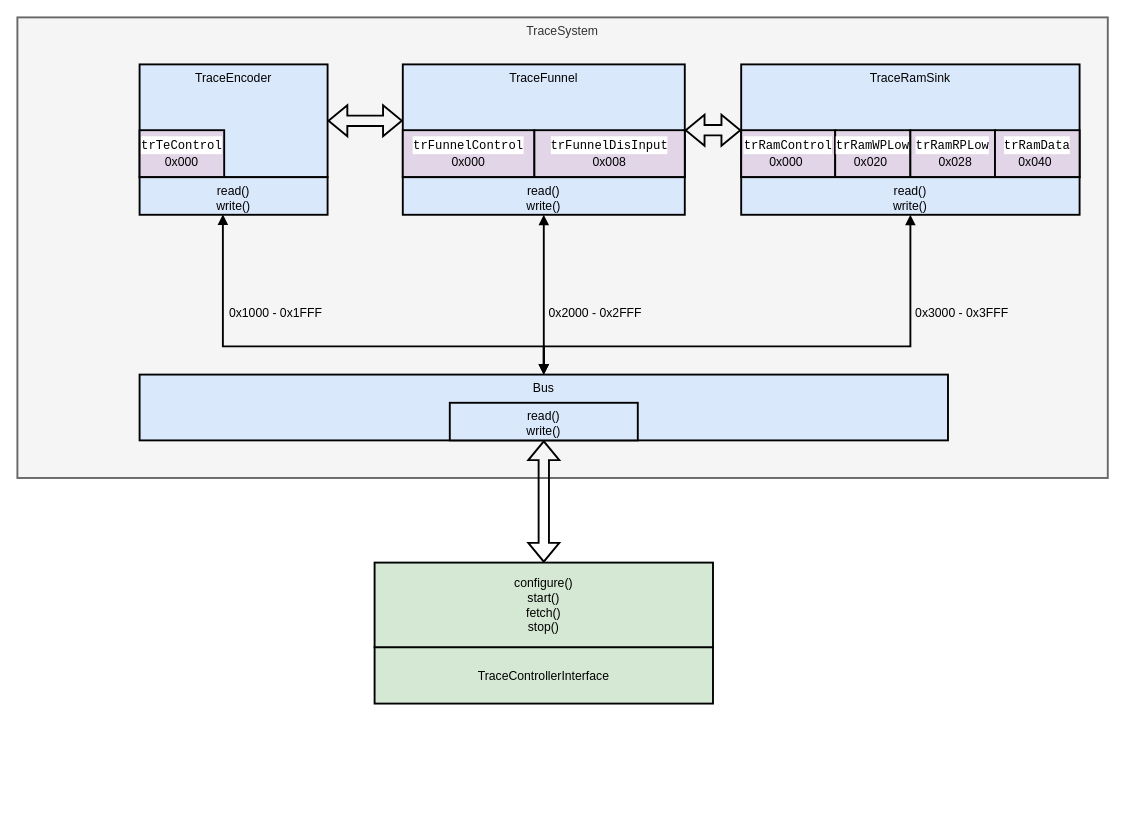
deepakravibabu/riscv_trace_control_interface keeps this draw.io diagram as doc/riscv_tci_block_diagram.drawio. Above is the earlier version. Source tidied: cells renumbered, new cells numbered last; positions are measured from the earlier drawing's top-left corner, leaving out a move shared by most shapes. Both pictures are drawn from the tidied source at 94%, with x=0, y=0 at pixel (17, 17).
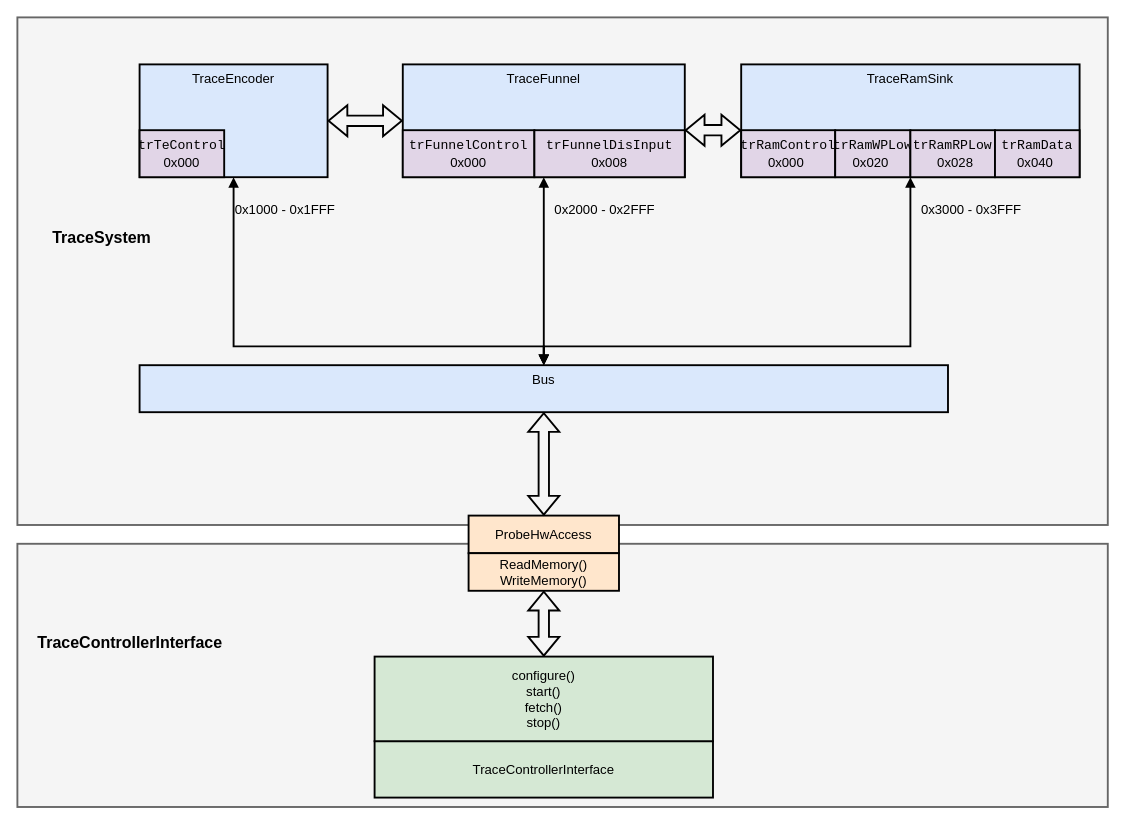
The same diagram, later.

Change to the diagram source:
```diff
@@
+    <mxCell id="36" style="rounded=0;whiteSpace=wrap;html=1;align=center;verticalAlign=top;fillColor=#f5f5f5;strokeColor=#666666;fontColor=#333333;strokeWidth=2;fontSize=14;" parent="1" vertex="1">
+      <mxGeometry y="560" width="1160" height="280" as="geometry" />
+    </mxCell>
-    <mxCell id="2" value="TraceSystem" style="rounded=0;whiteSpace=wrap;html=1;align=center;verticalAlign=top;fillColor=#f5f5f5;strokeColor=#666666;fontColor=#333333;strokeWidth=2;fontSize=13;" parent="1" vertex="1">
-      <mxGeometry width="1160" height="490" as="geometry" />
+    <mxCell id="2" style="rounded=0;whiteSpace=wrap;html=1;align=center;verticalAlign=top;fillColor=#f5f5f5;strokeColor=#666666;fontColor=#333333;strokeWidth=2;fontSize=14;" parent="1" vertex="1">
+      <mxGeometry width="1160" height="540" as="geometry" />
     </mxCell>
-    <mxCell id="3" value="TraceEncoder" style="rounded=0;whiteSpace=wrap;html=1;verticalAlign=top;fillColor=#dae8fc;strokeColor=#000000;strokeWidth=2;fontSize=13;" parent="1" vertex="1">
+    <mxCell id="3" value="TraceEncoder" style="rounded=0;whiteSpace=wrap;html=1;verticalAlign=top;fillColor=#dae8fc;strokeColor=#000000;strokeWidth=2;fontSize=14;" parent="1" vertex="1">
       <mxGeometry x="130" y="50" width="200" height="120" as="geometry" />
     </mxCell>
-    <mxCell id="4" value="&lt;div style=&quot;background-color: rgb(255, 255, 255); font-family: Consolas, &amp;quot;Courier New&amp;quot;, monospace; font-size: 13px; line-height: 19px;&quot;&gt;trTeControl&lt;/div&gt;" style="rounded=0;whiteSpace=wrap;html=1;verticalAlign=top;fillColor=#e1d5e7;strokeColor=#000000;strokeWidth=2;fontSize=13;" parent="1" vertex="1">
+    <mxCell id="4" value="&lt;div style=&quot;font-family: Consolas, &amp;quot;Courier New&amp;quot;, monospace; font-size: 14px; line-height: 19px;&quot;&gt;trTeControl&lt;/div&gt;" style="rounded=0;whiteSpace=wrap;html=1;verticalAlign=top;fillColor=#e1d5e7;strokeColor=#000000;strokeWidth=2;fontSize=14;" parent="1" vertex="1">
       <mxGeometry x="130" y="120" width="90" height="50" as="geometry" />
     </mxCell>
-    <mxCell id="5" value="TraceFunnel" style="rounded=0;whiteSpace=wrap;html=1;verticalAlign=top;fillColor=#dae8fc;strokeColor=#000000;strokeWidth=2;fontSize=13;" parent="1" vertex="1">
+    <mxCell id="5" value="TraceFunnel" style="rounded=0;whiteSpace=wrap;html=1;verticalAlign=top;fillColor=#dae8fc;strokeColor=#000000;strokeWidth=2;fontSize=14;" parent="1" vertex="1">
       <mxGeometry x="410" y="50" width="300" height="120" as="geometry" />
     </mxCell>
-    <mxCell id="6" value="&lt;div style=&quot;background-color: rgb(255, 255, 255); font-family: Consolas, &amp;quot;Courier New&amp;quot;, monospace; font-size: 13px; line-height: 19px;&quot;&gt;&lt;div style=&quot;line-height: 19px; font-size: 13px;&quot;&gt;trFunnelControl&lt;/div&gt;&lt;/div&gt;" style="rounded=0;whiteSpace=wrap;html=1;verticalAlign=top;fillColor=#e1d5e7;strokeColor=#000000;strokeWidth=2;fontSize=13;" parent="1" vertex="1">
+    <mxCell id="6" value="&lt;div style=&quot;font-family: Consolas, &amp;quot;Courier New&amp;quot;, monospace; font-size: 14px; line-height: 19px;&quot;&gt;&lt;div style=&quot;line-height: 19px; font-size: 14px;&quot;&gt;trFunnelControl&lt;/div&gt;&lt;/div&gt;" style="rounded=0;whiteSpace=wrap;html=1;verticalAlign=top;fillColor=#e1d5e7;strokeColor=#000000;strokeWidth=2;fontSize=14;" parent="1" vertex="1">
       <mxGeometry x="410" y="120" width="140" height="50" as="geometry" />
     </mxCell>
-    <mxCell id="7" value="&lt;div style=&quot;background-color: rgb(255, 255, 255); font-family: Consolas, &amp;quot;Courier New&amp;quot;, monospace; font-size: 13px; line-height: 19px;&quot;&gt;&lt;div style=&quot;line-height: 19px; font-size: 13px;&quot;&gt;&lt;span style=&quot;text-align: left; font-size: 13px;&quot;&gt;trFunnelDisInput&lt;/span&gt;&lt;br style=&quot;font-size: 13px;&quot;&gt;&lt;/div&gt;&lt;/div&gt;" style="rounded=0;whiteSpace=wrap;html=1;verticalAlign=top;fillColor=#e1d5e7;strokeColor=#000000;strokeWidth=2;fontSize=13;" parent="1" vertex="1">
+    <mxCell id="7" value="&lt;div style=&quot;font-family: Consolas, &amp;quot;Courier New&amp;quot;, monospace; font-size: 14px; line-height: 19px;&quot;&gt;&lt;div style=&quot;line-height: 19px; font-size: 14px;&quot;&gt;&lt;span style=&quot;text-align: left; font-size: 14px;&quot;&gt;trFunnelDisInput&lt;/span&gt;&lt;br style=&quot;font-size: 14px;&quot;&gt;&lt;/div&gt;&lt;/div&gt;" style="rounded=0;whiteSpace=wrap;html=1;verticalAlign=top;fillColor=#e1d5e7;strokeColor=#000000;strokeWidth=2;fontSize=14;" parent="1" vertex="1">
       <mxGeometry x="550" y="120" width="160" height="50" as="geometry" />
     </mxCell>
-    <mxCell id="8" value="TraceRamSink" style="rounded=0;whiteSpace=wrap;html=1;verticalAlign=top;fillColor=#dae8fc;strokeColor=#000000;strokeWidth=2;fontSize=13;" parent="1" vertex="1">
+    <mxCell id="8" value="TraceRamSink" style="rounded=0;whiteSpace=wrap;html=1;verticalAlign=top;fillColor=#dae8fc;strokeColor=#000000;strokeWidth=2;fontSize=14;" parent="1" vertex="1">
       <mxGeometry x="770" y="50" width="360" height="120" as="geometry" />
     </mxCell>
-    <mxCell id="9" value="&lt;div style=&quot;background-color: rgb(255, 255, 255); font-family: Consolas, &amp;quot;Courier New&amp;quot;, monospace; font-size: 13px; line-height: 19px;&quot;&gt;&lt;div style=&quot;line-height: 19px; font-size: 13px;&quot;&gt;&lt;div style=&quot;line-height: 19px; font-size: 13px;&quot;&gt;trRamControl&lt;/div&gt;&lt;/div&gt;&lt;/div&gt;" style="rounded=0;whiteSpace=wrap;html=1;verticalAlign=top;fillColor=#e1d5e7;strokeColor=#000000;strokeWidth=2;fontSize=13;" parent="1" vertex="1">
+    <mxCell id="9" value="&lt;div style=&quot;font-family: Consolas, &amp;quot;Courier New&amp;quot;, monospace; font-size: 14px; line-height: 19px;&quot;&gt;&lt;div style=&quot;line-height: 19px; font-size: 14px;&quot;&gt;&lt;div style=&quot;line-height: 19px; font-size: 14px;&quot;&gt;trRamControl&lt;/div&gt;&lt;/div&gt;&lt;/div&gt;" style="rounded=0;whiteSpace=wrap;html=1;verticalAlign=top;fillColor=#e1d5e7;strokeColor=#000000;strokeWidth=2;fontSize=14;" parent="1" vertex="1">
       <mxGeometry x="770" y="120" width="100" height="50" as="geometry" />
     </mxCell>
-    <mxCell id="10" value="&lt;div style=&quot;background-color: rgb(255, 255, 255); font-family: Consolas, &amp;quot;Courier New&amp;quot;, monospace; font-size: 13px; line-height: 19px;&quot;&gt;&lt;div style=&quot;line-height: 19px; font-size: 13px;&quot;&gt;&lt;div style=&quot;line-height: 19px; font-size: 13px;&quot;&gt;trRamWPLow&lt;/div&gt;&lt;/div&gt;&lt;/div&gt;" style="rounded=0;whiteSpace=wrap;html=1;verticalAlign=top;fillColor=#e1d5e7;strokeColor=#000000;strokeWidth=2;fontSize=13;" parent="1" vertex="1">
+    <mxCell id="10" value="&lt;div style=&quot;font-family: Consolas, &amp;quot;Courier New&amp;quot;, monospace; font-size: 14px; line-height: 19px;&quot;&gt;&lt;div style=&quot;line-height: 19px; font-size: 14px;&quot;&gt;&lt;div style=&quot;line-height: 19px; font-size: 14px;&quot;&gt;trRamWPLow&lt;/div&gt;&lt;/div&gt;&lt;/div&gt;" style="rounded=0;whiteSpace=wrap;html=1;verticalAlign=top;fillColor=#e1d5e7;strokeColor=#000000;strokeWidth=2;fontSize=14;" parent="1" vertex="1">
       <mxGeometry x="870" y="120" width="80" height="50" as="geometry" />
     </mxCell>
-    <mxCell id="11" value="&lt;div style=&quot;background-color: rgb(255, 255, 255); font-family: Consolas, &amp;quot;Courier New&amp;quot;, monospace; font-size: 13px; line-height: 19px;&quot;&gt;&lt;div style=&quot;line-height: 19px; font-size: 13px;&quot;&gt;&lt;div style=&quot;line-height: 19px; font-size: 13px;&quot;&gt;&lt;div style=&quot;line-height: 19px; font-size: 13px;&quot;&gt;trRamRPLow&lt;/div&gt;&lt;/div&gt;&lt;/div&gt;&lt;/div&gt;" style="rounded=0;whiteSpace=wrap;html=1;verticalAlign=top;fillColor=#e1d5e7;strokeColor=#000000;strokeWidth=2;fontSize=13;" parent="1" vertex="1">
+    <mxCell id="11" value="&lt;div style=&quot;font-family: Consolas, &amp;quot;Courier New&amp;quot;, monospace; font-size: 14px; line-height: 19px;&quot;&gt;&lt;div style=&quot;line-height: 19px; font-size: 14px;&quot;&gt;&lt;div style=&quot;line-height: 19px; font-size: 14px;&quot;&gt;&lt;div style=&quot;line-height: 19px; font-size: 14px;&quot;&gt;trRamRPLow&lt;/div&gt;&lt;/div&gt;&lt;/div&gt;&lt;/div&gt;" style="rounded=0;whiteSpace=wrap;html=1;verticalAlign=top;fillColor=#e1d5e7;strokeColor=#000000;strokeWidth=2;fontSize=14;" parent="1" vertex="1">
       <mxGeometry x="950" y="120" width="90" height="50" as="geometry" />
     </mxCell>
-    <mxCell id="12" value="&lt;div style=&quot;background-color: rgb(255, 255, 255); font-family: Consolas, &amp;quot;Courier New&amp;quot;, monospace; font-size: 13px; line-height: 19px;&quot;&gt;&lt;div style=&quot;line-height: 19px; font-size: 13px;&quot;&gt;&lt;div style=&quot;line-height: 19px; font-size: 13px;&quot;&gt;&lt;div style=&quot;line-height: 19px; font-size: 13px;&quot;&gt;&lt;div style=&quot;line-height: 19px; font-size: 13px;&quot;&gt;trRamData&lt;/div&gt;&lt;/div&gt;&lt;/div&gt;&lt;/div&gt;&lt;/div&gt;" style="rounded=0;whiteSpace=wrap;html=1;verticalAlign=top;fillColor=#e1d5e7;strokeColor=#000000;strokeWidth=2;fontSize=13;" parent="1" vertex="1">
+    <mxCell id="12" value="&lt;div style=&quot;font-family: Consolas, &amp;quot;Courier New&amp;quot;, monospace; font-size: 14px; line-height: 19px;&quot;&gt;&lt;div style=&quot;line-height: 19px; font-size: 14px;&quot;&gt;&lt;div style=&quot;line-height: 19px; font-size: 14px;&quot;&gt;&lt;div style=&quot;line-height: 19px; font-size: 14px;&quot;&gt;&lt;div style=&quot;line-height: 19px; font-size: 14px;&quot;&gt;trRamData&lt;/div&gt;&lt;/div&gt;&lt;/div&gt;&lt;/div&gt;&lt;/div&gt;" style="rounded=0;whiteSpace=wrap;html=1;verticalAlign=top;fillColor=#e1d5e7;strokeColor=#000000;strokeWidth=2;fontSize=14;" parent="1" vertex="1">
       <mxGeometry x="1040" y="120" width="90" height="50" as="geometry" />
     </mxCell>
-    <mxCell id="13" value="Bus" style="rounded=0;whiteSpace=wrap;html=1;verticalAlign=top;fillColor=#dae8fc;strokeColor=#000000;strokeWidth=2;fontSize=13;" parent="1" vertex="1">
-      <mxGeometry x="130" y="380" width="860" height="70" as="geometry" />
+    <mxCell id="13" value="Bus" style="rounded=0;whiteSpace=wrap;html=1;verticalAlign=top;fillColor=#dae8fc;strokeColor=#000000;strokeWidth=2;fontSize=14;" parent="1" vertex="1">
+      <mxGeometry x="130" y="370" width="860" height="50" as="geometry" />
     </mxCell>
-    <mxCell id="14" value="0x1000 - 0x1FFF" style="text;html=1;strokeColor=none;fillColor=none;align=center;verticalAlign=top;whiteSpace=wrap;rounded=0;strokeWidth=2;fontSize=13;" parent="1" vertex="1">
-      <mxGeometry x="220" y="300" width="110" height="30" as="geometry" />
+    <mxCell id="14" value="0x1000 - 0x1FFF" style="text;html=1;strokeColor=none;fillColor=none;align=center;verticalAlign=top;whiteSpace=wrap;rounded=0;strokeWidth=2;fontSize=14;" parent="1" vertex="1">
+      <mxGeometry x="230" y="190" width="110" height="30" as="geometry" />
     </mxCell>
-    <mxCell id="15" value="0x2000 - 0x2FFF" style="text;html=1;strokeColor=none;fillColor=none;align=center;verticalAlign=top;whiteSpace=wrap;rounded=0;strokeWidth=2;fontSize=13;" parent="1" vertex="1">
-      <mxGeometry x="560" y="300" width="110" height="30" as="geometry" />
+    <mxCell id="15" value="0x2000 - 0x2FFF" style="text;html=1;strokeColor=none;fillColor=none;align=center;verticalAlign=top;whiteSpace=wrap;rounded=0;strokeWidth=2;fontSize=14;" parent="1" vertex="1">
+      <mxGeometry x="570" y="190" width="110" height="30" as="geometry" />
     </mxCell>
-    <mxCell id="16" value="0x3000 - 0x3FFF" style="text;html=1;strokeColor=none;fillColor=none;align=center;verticalAlign=top;whiteSpace=wrap;rounded=0;strokeWidth=2;fontSize=13;" parent="1" vertex="1">
-      <mxGeometry x="950" y="300" width="110" height="30" as="geometry" />
+    <mxCell id="16" value="0x3000 - 0x3FFF" style="text;html=1;strokeColor=none;fillColor=none;align=center;verticalAlign=top;whiteSpace=wrap;rounded=0;strokeWidth=2;fontSize=14;" parent="1" vertex="1">
+      <mxGeometry x="960" y="190" width="110" height="30" as="geometry" />
     </mxCell>
-    <mxCell id="17" value="0x000" style="text;html=1;strokeColor=none;fillColor=none;align=center;verticalAlign=top;whiteSpace=wrap;rounded=0;strokeWidth=2;fontSize=13;" parent="1" vertex="1">
+    <mxCell id="17" value="0x000" style="text;html=1;strokeColor=none;fillColor=none;align=center;verticalAlign=top;whiteSpace=wrap;rounded=0;strokeWidth=2;fontSize=14;" parent="1" vertex="1">
       <mxGeometry x="145" y="140" width="60" height="30" as="geometry" />
     </mxCell>
-    <mxCell id="18" value="0x000" style="text;html=1;strokeColor=none;fillColor=none;align=center;verticalAlign=top;whiteSpace=wrap;rounded=0;strokeWidth=2;fontSize=13;" parent="1" vertex="1">
+    <mxCell id="18" value="0x000" style="text;html=1;strokeColor=none;fillColor=none;align=center;verticalAlign=top;whiteSpace=wrap;rounded=0;strokeWidth=2;fontSize=14;" parent="1" vertex="1">
       <mxGeometry x="450" y="140" width="60" height="30" as="geometry" />
     </mxCell>
-    <mxCell id="19" value="0x008" style="text;html=1;strokeColor=none;fillColor=none;align=center;verticalAlign=top;whiteSpace=wrap;rounded=0;strokeWidth=2;fontSize=13;" parent="1" vertex="1">
+    <mxCell id="19" value="0x008" style="text;html=1;strokeColor=none;fillColor=none;align=center;verticalAlign=top;whiteSpace=wrap;rounded=0;strokeWidth=2;fontSize=14;" parent="1" vertex="1">
       <mxGeometry x="600" y="140" width="60" height="30" as="geometry" />
     </mxCell>
-    <mxCell id="20" value="0x000" style="text;html=1;strokeColor=none;fillColor=none;align=center;verticalAlign=top;whiteSpace=wrap;rounded=0;strokeWidth=2;fontSize=13;" parent="1" vertex="1">
+    <mxCell id="20" value="0x000" style="text;html=1;strokeColor=none;fillColor=none;align=center;verticalAlign=top;whiteSpace=wrap;rounded=0;strokeWidth=2;fontSize=14;" parent="1" vertex="1">
       <mxGeometry x="787.5" y="140" width="60" height="30" as="geometry" />
     </mxCell>
-    <mxCell id="21" value="0x020" style="text;html=1;strokeColor=none;fillColor=none;align=center;verticalAlign=top;whiteSpace=wrap;rounded=0;strokeWidth=2;fontSize=13;" parent="1" vertex="1">
+    <mxCell id="21" value="0x020" style="text;html=1;strokeColor=none;fillColor=none;align=center;verticalAlign=top;whiteSpace=wrap;rounded=0;strokeWidth=2;fontSize=14;" parent="1" vertex="1">
       <mxGeometry x="877.5" y="140" width="60" height="30" as="geometry" />
     </mxCell>
-    <mxCell id="22" value="0x028" style="text;html=1;strokeColor=none;fillColor=none;align=center;verticalAlign=top;whiteSpace=wrap;rounded=0;strokeWidth=2;fontSize=13;" parent="1" vertex="1">
+    <mxCell id="22" value="0x028" style="text;html=1;strokeColor=none;fillColor=none;align=center;verticalAlign=top;whiteSpace=wrap;rounded=0;strokeWidth=2;fontSize=14;" parent="1" vertex="1">
       <mxGeometry x="967.5" y="140" width="60" height="30" as="geometry" />
     </mxCell>
-    <mxCell id="23" value="0x040" style="text;html=1;strokeColor=none;fillColor=none;align=center;verticalAlign=top;whiteSpace=wrap;rounded=0;strokeWidth=2;fontSize=13;" parent="1" vertex="1">
+    <mxCell id="23" value="0x040" style="text;html=1;strokeColor=none;fillColor=none;align=center;verticalAlign=top;whiteSpace=wrap;rounded=0;strokeWidth=2;fontSize=14;" parent="1" vertex="1">
       <mxGeometry x="1052.5" y="140" width="60" height="30" as="geometry" />
     </mxCell>
-    <mxCell id="24" style="edgeStyle=elbowEdgeStyle;rounded=0;jettySize=auto;html=1;elbow=vertical;exitX=0.5;exitY=0;exitDx=0;exitDy=0;endArrow=block;verticalAlign=top;endFill=1;entryX=0.443;entryY=0.99;entryDx=0;entryDy=0;entryPerimeter=0;startArrow=block;startFill=1;strokeWidth=2;fontSize=13;" parent="1" edge="1" source="13" target="27">
+    <mxCell id="24" style="edgeStyle=elbowEdgeStyle;rounded=0;jettySize=auto;html=1;elbow=vertical;exitX=0.5;exitY=0;exitDx=0;exitDy=0;endArrow=block;verticalAlign=top;endFill=1;entryX=0.5;entryY=1;entryDx=0;entryDy=0;startArrow=block;startFill=1;strokeWidth=2;fontSize=14;" parent="1" edge="1" source="13" target="3">
       <mxGeometry relative="1" as="geometry">
         <Array as="points">
           <mxPoint x="600" y="350" />
           <mxPoint x="620" y="340" />
           <mxPoint x="490" y="310" />
         </Array>
       </mxGeometry>
     </mxCell>
-    <mxCell id="25" style="edgeStyle=elbowEdgeStyle;rounded=0;jettySize=auto;elbow=vertical;html=1;endArrow=block;verticalAlign=top;endFill=1;entryX=0.5;entryY=1;entryDx=0;entryDy=0;startArrow=block;startFill=1;strokeWidth=2;fontSize=13;" parent="1" edge="1" source="13" target="28">
+    <mxCell id="25" style="edgeStyle=elbowEdgeStyle;rounded=0;jettySize=auto;elbow=vertical;html=1;endArrow=block;verticalAlign=top;endFill=1;startArrow=block;startFill=1;strokeWidth=2;fontSize=14;" parent="1" edge="1" source="13" target="5">
       <mxGeometry relative="1" as="geometry" />
     </mxCell>
-    <mxCell id="26" style="edgeStyle=elbowEdgeStyle;rounded=0;jettySize=auto;elbow=vertical;html=1;exitX=0.5;exitY=0;exitDx=0;exitDy=0;endArrow=block;verticalAlign=top;endFill=1;entryX=0.5;entryY=1;entryDx=0;entryDy=0;startArrow=block;startFill=1;strokeWidth=2;fontSize=13;" parent="1" edge="1" source="13" target="29">
+    <mxCell id="26" style="edgeStyle=elbowEdgeStyle;rounded=0;jettySize=auto;elbow=vertical;html=1;exitX=0.5;exitY=0;exitDx=0;exitDy=0;endArrow=block;verticalAlign=top;endFill=1;startArrow=block;startFill=1;strokeWidth=2;fontSize=14;" parent="1" edge="1" source="13" target="8">
       <mxGeometry relative="1" as="geometry">
         <Array as="points">
           <mxPoint x="660" y="350" />
           <mxPoint x="700" y="340" />
         </Array>
       </mxGeometry>
     </mxCell>
-    <mxCell id="27" value="read()&lt;br style=&quot;font-size: 13px;&quot;&gt;write()" style="rounded=0;whiteSpace=wrap;html=1;verticalAlign=top;fillColor=#dae8fc;strokeColor=#000000;strokeWidth=2;fontSize=13;" parent="1" vertex="1">
-      <mxGeometry x="130" y="170" width="200" height="40" as="geometry" />
-    </mxCell>
-    <mxCell id="28" value="read()&lt;br style=&quot;font-size: 13px;&quot;&gt;write()" style="rounded=0;whiteSpace=wrap;html=1;verticalAlign=top;fillColor=#dae8fc;strokeColor=#000000;strokeWidth=2;fontSize=13;" parent="1" vertex="1">
-      <mxGeometry x="410" y="170" width="300" height="40" as="geometry" />
-    </mxCell>
-    <mxCell id="29" value="read()&lt;br style=&quot;font-size: 13px;&quot;&gt;write()" style="rounded=0;whiteSpace=wrap;html=1;verticalAlign=top;fillColor=#dae8fc;strokeColor=#000000;strokeWidth=2;fontSize=13;" parent="1" vertex="1">
-      <mxGeometry x="770" y="170" width="360" height="40" as="geometry" />
-    </mxCell>
-    <mxCell id="30" style="shape=flexArrow;endArrow=classic;startArrow=classic;html=1;rounded=0;elbow=vertical;strokeWidth=2;fontSize=13;" parent="1" edge="1" source="3" target="5">
+    <mxCell id="30" style="shape=flexArrow;endArrow=classic;startArrow=classic;html=1;rounded=0;elbow=vertical;strokeWidth=2;fontSize=14;" parent="1" edge="1" source="3" target="5">
       <mxGeometry relative="1" as="geometry" />
     </mxCell>
-    <mxCell id="31" style="shape=flexArrow;endArrow=classic;startArrow=classic;html=1;rounded=0;elbow=vertical;exitX=1;exitY=0;exitDx=0;exitDy=0;entryX=0;entryY=0;entryDx=0;entryDy=0;strokeWidth=2;fontSize=13;" parent="1" edge="1" source="7" target="9">
+    <mxCell id="31" style="shape=flexArrow;endArrow=classic;startArrow=classic;html=1;rounded=0;elbow=vertical;exitX=1;exitY=0;exitDx=0;exitDy=0;entryX=0;entryY=0;entryDx=0;entryDy=0;strokeWidth=2;fontSize=14;" parent="1" edge="1" source="7" target="9">
       <mxGeometry relative="1" as="geometry" />
     </mxCell>
-    <mxCell id="32" value="TraceControllerInterface" style="rounded=0;whiteSpace=wrap;html=1;fillColor=#d5e8d4;strokeColor=#000000;strokeWidth=2;fontSize=13;" parent="1" vertex="1">
-      <mxGeometry x="380" y="670" width="360" height="60" as="geometry" />
+    <mxCell id="32" value="TraceControllerInterface" style="rounded=0;whiteSpace=wrap;html=1;fillColor=#d5e8d4;strokeColor=#000000;strokeWidth=2;fontSize=14;" parent="1" vertex="1">
+      <mxGeometry x="380" y="770" width="360" height="60" as="geometry" />
     </mxCell>
-    <mxCell id="33" style="shape=flexArrow;endArrow=classic;startArrow=classic;html=1;rounded=0;elbow=vertical;entryX=0.5;entryY=0;entryDx=0;entryDy=0;exitX=0.5;exitY=1;exitDx=0;exitDy=0;strokeWidth=2;fontSize=13;" parent="1" edge="1" source="13" target="34">
+    <mxCell id="33" style="shape=flexArrow;endArrow=classic;startArrow=classic;html=1;rounded=0;elbow=vertical;entryX=0.5;entryY=0;entryDx=0;entryDy=0;strokeWidth=2;fontSize=14;exitX=0.5;exitY=1;exitDx=0;exitDy=0;" parent="1" edge="1" source="39" target="34">
       <mxGeometry relative="1" as="geometry" />
     </mxCell>
-    <mxCell id="34" value="configure()&lt;br style=&quot;font-size: 13px;&quot;&gt;start()&lt;br style=&quot;font-size: 13px;&quot;&gt;fetch()&lt;br style=&quot;font-size: 13px;&quot;&gt;stop()" style="rounded=0;whiteSpace=wrap;html=1;fillColor=#d5e8d4;strokeColor=#000000;strokeWidth=2;fontSize=13;" parent="1" vertex="1">
-      <mxGeometry x="380" y="580" width="360" height="90" as="geometry" />
+    <mxCell id="34" value="configure()&lt;br style=&quot;font-size: 14px;&quot;&gt;start()&lt;br style=&quot;font-size: 14px;&quot;&gt;fetch()&lt;br style=&quot;font-size: 14px;&quot;&gt;stop()" style="rounded=0;whiteSpace=wrap;html=1;fillColor=#d5e8d4;strokeColor=#000000;strokeWidth=2;fontSize=14;" parent="1" vertex="1">
+      <mxGeometry x="380" y="680" width="360" height="90" as="geometry" />
     </mxCell>
-    <mxCell id="35" value="read()&lt;br style=&quot;font-size: 13px;&quot;&gt;write()" style="rounded=0;whiteSpace=wrap;html=1;verticalAlign=top;fillColor=#dae8fc;strokeColor=#000000;strokeWidth=2;fontSize=13;" parent="1" vertex="1">
-      <mxGeometry x="460" y="410" width="200" height="40" as="geometry" />
-    </mxCell>
+    <mxCell id="37" value="ProbeHwAccess" style="rounded=0;whiteSpace=wrap;html=1;fillColor=#ffe6cc;strokeColor=#000000;strokeWidth=2;fontSize=14;" parent="1" vertex="1">
+      <mxGeometry x="480" y="530" width="160" height="40" as="geometry" />
+    </mxCell>
+    <mxCell id="38" style="shape=flexArrow;endArrow=classic;startArrow=classic;html=1;rounded=0;elbow=vertical;entryX=0.5;entryY=0;entryDx=0;entryDy=0;strokeWidth=2;fontSize=14;exitX=0.5;exitY=1;exitDx=0;exitDy=0;" parent="1" edge="1" source="13" target="37">
+      <mxGeometry relative="1" as="geometry" />
+    </mxCell>
+    <mxCell id="39" value="ReadMemory()&lt;br style=&quot;font-size: 14px;&quot;&gt;WriteMemory()" style="rounded=0;whiteSpace=wrap;html=1;fillColor=#ffe6cc;strokeColor=#000000;strokeWidth=2;fontSize=14;" parent="1" vertex="1">
+      <mxGeometry x="480" y="570" width="160" height="40" as="geometry" />
+    </mxCell>
+    <mxCell id="40" value="TraceSystem" style="text;html=1;strokeColor=none;fillColor=none;align=center;verticalAlign=middle;whiteSpace=wrap;rounded=0;fontSize=17;fontStyle=1;" parent="1" vertex="1">
+      <mxGeometry x="20" y="212.5" width="140" height="45" as="geometry" />
+    </mxCell>
+    <mxCell id="41" value="TraceControllerInterface" style="text;html=1;strokeColor=none;fillColor=none;align=center;verticalAlign=middle;whiteSpace=wrap;rounded=0;fontSize=17;fontStyle=1;" parent="1" vertex="1">
+      <mxGeometry x="20" y="642.5" width="200" height="47.5" as="geometry" />
+    </mxCell>
```
